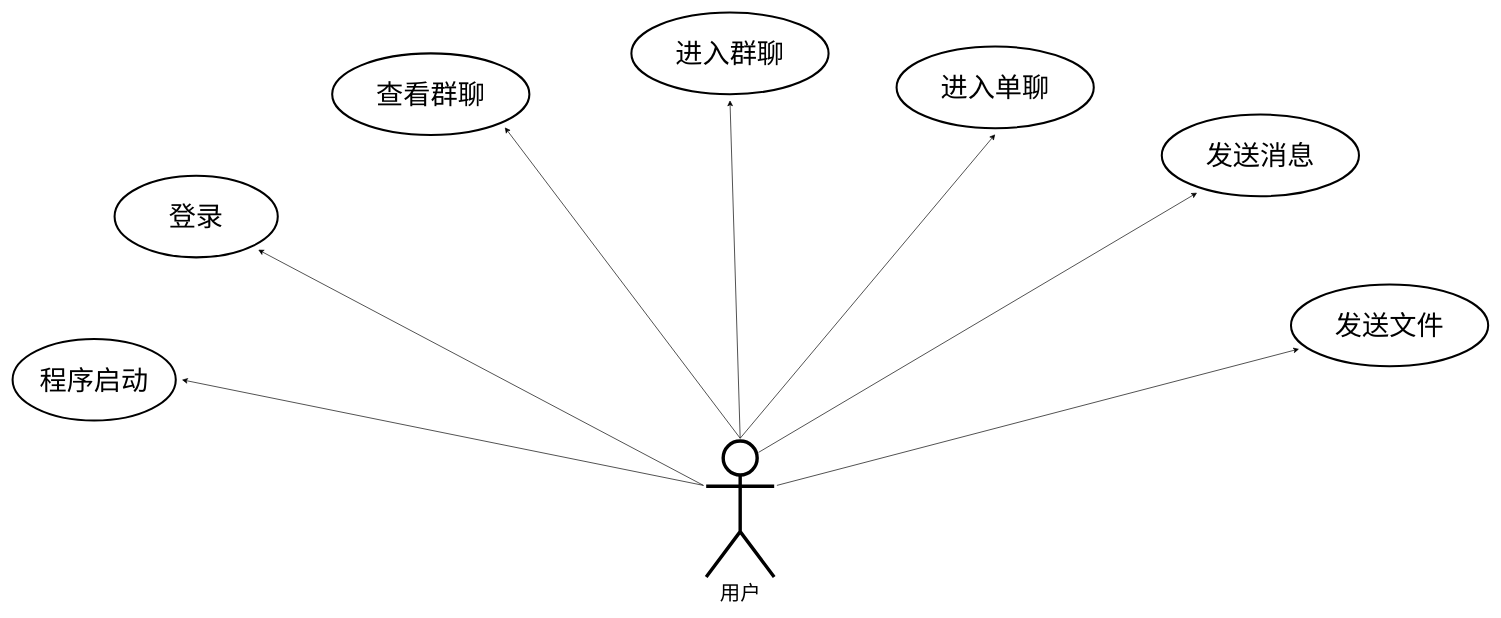
The draw.io diagram chart/用户-用例图.drawio in YangGuiTong/QtQQ, before the edit. Source tidied: cells renumbered, new cells numbered last; positions are measured from the earlier drawing's top-left corner, leaving out a move shared by most shapes. Both pictures are drawn from the tidied source at 68%, with x=0, y=0 at pixel (12, 12).
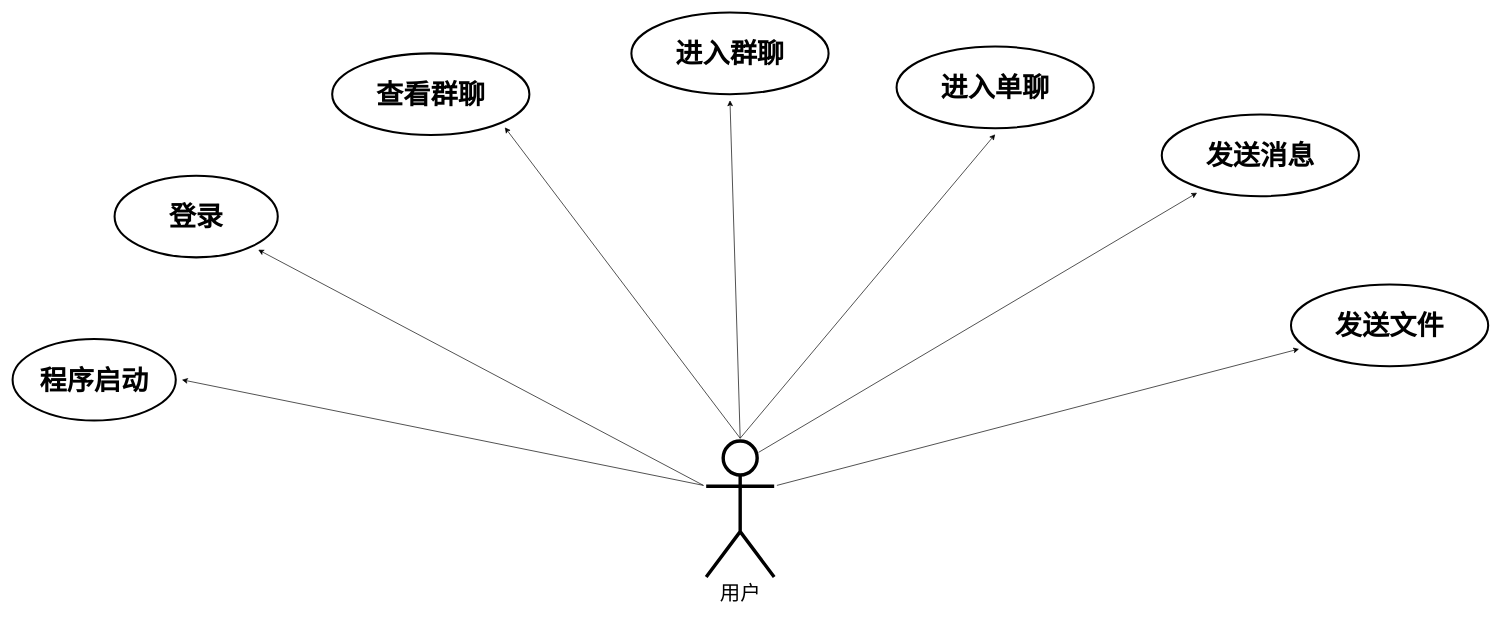
The same diagram, later.

Commit message (it also covers changes not shown here):
更新用户-用例图.drawio

Change to the diagram source:
```diff
@@
 <mxGraphModel>
   <root>
     <mxCell id="0" />
     <mxCell id="1" parent="0" />
     <mxCell id="2" style="edgeStyle=none;rounded=0;jettySize=auto;html=1;exitX=0;exitY=0.3333333333333333;exitDx=0;exitDy=0;exitPerimeter=0;entryX=1;entryY=1;entryDx=0;entryDy=0;" parent="1" edge="1" source="9" target="10">
       <mxGeometry relative="1" as="geometry" />
     </mxCell>
     <mxCell id="3" style="edgeStyle=none;rounded=0;jettySize=auto;html=1;exitX=0.5;exitY=0;exitDx=0;exitDy=0;exitPerimeter=0;entryX=1;entryY=1;entryDx=0;entryDy=0;" parent="1" edge="1" source="9" target="11">
       <mxGeometry relative="1" as="geometry" />
     </mxCell>
     <mxCell id="4" style="edgeStyle=none;rounded=0;jettySize=auto;html=1;exitX=0.5;exitY=0;exitDx=0;exitDy=0;exitPerimeter=0;entryX=0.5;entryY=1;entryDx=0;entryDy=0;" parent="1" edge="1" source="9" target="12">
       <mxGeometry relative="1" as="geometry" />
     </mxCell>
     <mxCell id="5" style="edgeStyle=none;rounded=0;jettySize=auto;html=1;exitX=0.5;exitY=0;exitDx=0;exitDy=0;exitPerimeter=0;entryX=0.5;entryY=1;entryDx=0;entryDy=0;" parent="1" edge="1" source="9" target="13">
       <mxGeometry relative="1" as="geometry" />
     </mxCell>
     <mxCell id="6" style="edgeStyle=none;rounded=0;jettySize=auto;html=1;exitX=0.75;exitY=0.1;exitDx=0;exitDy=0;exitPerimeter=0;" parent="1" edge="1" source="9" target="14">
       <mxGeometry relative="1" as="geometry" />
     </mxCell>
     <mxCell id="7" style="edgeStyle=none;rounded=0;jettySize=auto;html=1;exitX=1;exitY=0.3333333333333333;exitDx=0;exitDy=0;exitPerimeter=0;" parent="1" edge="1" source="9" target="15">
       <mxGeometry relative="1" as="geometry" />
     </mxCell>
     <mxCell id="8" style="rounded=0;jettySize=auto;html=1;exitX=0;exitY=0.3333333333333333;exitDx=0;exitDy=0;exitPerimeter=0;entryX=1;entryY=0.5;entryDx=0;entryDy=0;" parent="1" edge="1" source="9" target="16">
       <mxGeometry relative="1" as="geometry" />
     </mxCell>
     <mxCell id="9" value="&lt;font style=&quot;font-size: 30px;&quot;&gt;用户&lt;/font&gt;" style="shape=umlActor;verticalLabelPosition=bottom;verticalAlign=top;html=1;outlineConnect=0;strokeWidth=5;perimeterSpacing=4;" parent="1" vertex="1">
       <mxGeometry x="1020" y="630" width="100" height="200" as="geometry" />
     </mxCell>
-    <mxCell id="10" value="&lt;font style=&quot;font-size: 40px;&quot;&gt;登录&lt;/font&gt;" style="ellipse;whiteSpace=wrap;html=1;strokeWidth=3;perimeterSpacing=9;" parent="1" vertex="1">
+    <mxCell id="10" value="&lt;font style=&quot;font-size: 40px;&quot;&gt;&lt;b&gt;登录&lt;/b&gt;&lt;/font&gt;" style="ellipse;whiteSpace=wrap;html=1;strokeWidth=3;perimeterSpacing=9;" parent="1" vertex="1">
       <mxGeometry x="150" y="240" width="240" height="120" as="geometry" />
     </mxCell>
-    <mxCell id="11" value="&lt;span style=&quot;font-size: 40px;&quot;&gt;查看群聊&lt;/span&gt;" style="ellipse;whiteSpace=wrap;html=1;strokeWidth=3;perimeterSpacing=9;" parent="1" vertex="1">
+    <mxCell id="11" value="&lt;span style=&quot;font-size: 40px;&quot;&gt;&lt;b&gt;查看群聊&lt;/b&gt;&lt;/span&gt;" style="ellipse;whiteSpace=wrap;html=1;strokeWidth=3;perimeterSpacing=9;" parent="1" vertex="1">
       <mxGeometry x="470" y="60" width="290" height="120" as="geometry" />
     </mxCell>
-    <mxCell id="12" value="&lt;font style=&quot;font-size: 40px;&quot;&gt;进入群聊&lt;/font&gt;" style="ellipse;whiteSpace=wrap;html=1;strokeWidth=3;perimeterSpacing=9;" parent="1" vertex="1">
+    <mxCell id="12" value="&lt;font style=&quot;font-size: 40px;&quot;&gt;&lt;b&gt;进入群聊&lt;/b&gt;&lt;/font&gt;" style="ellipse;whiteSpace=wrap;html=1;strokeWidth=3;perimeterSpacing=9;" parent="1" vertex="1">
       <mxGeometry x="910" width="290" height="120" as="geometry" />
     </mxCell>
-    <mxCell id="13" value="&lt;font style=&quot;font-size: 40px;&quot;&gt;进入单聊&lt;/font&gt;" style="ellipse;whiteSpace=wrap;html=1;strokeWidth=3;perimeterSpacing=9;" parent="1" vertex="1">
+    <mxCell id="13" value="&lt;font style=&quot;font-size: 40px;&quot;&gt;&lt;b&gt;进入单聊&lt;/b&gt;&lt;/font&gt;" style="ellipse;whiteSpace=wrap;html=1;strokeWidth=3;perimeterSpacing=9;" parent="1" vertex="1">
       <mxGeometry x="1300" y="50" width="290" height="120" as="geometry" />
     </mxCell>
-    <mxCell id="14" value="&lt;font style=&quot;font-size: 40px;&quot;&gt;发送消息&lt;/font&gt;" style="ellipse;whiteSpace=wrap;html=1;strokeWidth=3;perimeterSpacing=9;" parent="1" vertex="1">
+    <mxCell id="14" value="&lt;font style=&quot;font-size: 40px;&quot;&gt;&lt;b&gt;发送消息&lt;/b&gt;&lt;/font&gt;" style="ellipse;whiteSpace=wrap;html=1;strokeWidth=3;perimeterSpacing=9;" parent="1" vertex="1">
       <mxGeometry x="1690" y="150" width="290" height="120" as="geometry" />
     </mxCell>
-    <mxCell id="15" value="&lt;font style=&quot;font-size: 40px;&quot;&gt;发送文件&lt;/font&gt;" style="ellipse;whiteSpace=wrap;html=1;strokeWidth=3;perimeterSpacing=9;" parent="1" vertex="1">
+    <mxCell id="15" value="&lt;font style=&quot;font-size: 40px;&quot;&gt;&lt;b&gt;发送文件&lt;/b&gt;&lt;/font&gt;" style="ellipse;whiteSpace=wrap;html=1;strokeWidth=3;perimeterSpacing=9;" parent="1" vertex="1">
       <mxGeometry x="1880" y="400" width="290" height="120" as="geometry" />
     </mxCell>
-    <mxCell id="16" value="&lt;span style=&quot;font-family: 宋体;&quot;&gt;&lt;font style=&quot;font-size: 40px;&quot;&gt;程序启动&lt;/font&gt;&lt;/span&gt;" style="ellipse;whiteSpace=wrap;html=1;strokeWidth=3;perimeterSpacing=9;" parent="1" vertex="1">
+    <mxCell id="16" value="&lt;span style=&quot;font-family: 宋体;&quot;&gt;&lt;font style=&quot;font-size: 40px;&quot;&gt;&lt;b&gt;程序启动&lt;/b&gt;&lt;/font&gt;&lt;/span&gt;" style="ellipse;whiteSpace=wrap;html=1;strokeWidth=3;perimeterSpacing=9;" parent="1" vertex="1">
       <mxGeometry y="480" width="240" height="120" as="geometry" />
     </mxCell>
   </root>
 </mxGraphModel>
```
